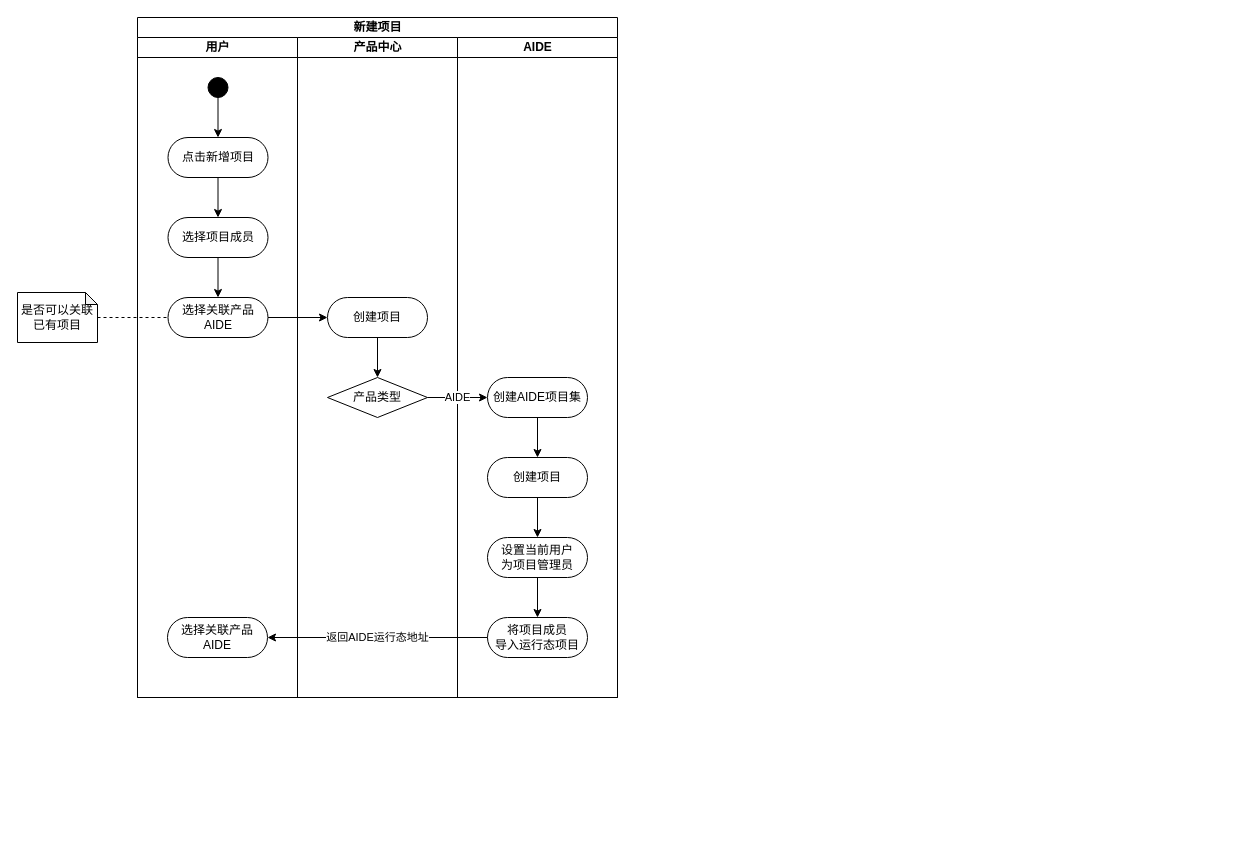
Above: page "新建项目活动图" (3 of 3) of others/产品中心.drawio in Qunz/drawio (draw.io), before the change. Source tidied: cells renumbered, new cells numbered last; positions are measured from the earlier drawing's top-left corner, leaving out a move shared by most shapes. Both pictures are drawn from the tidied source at 100%, with x=0, y=0 at pixel (17, 17).
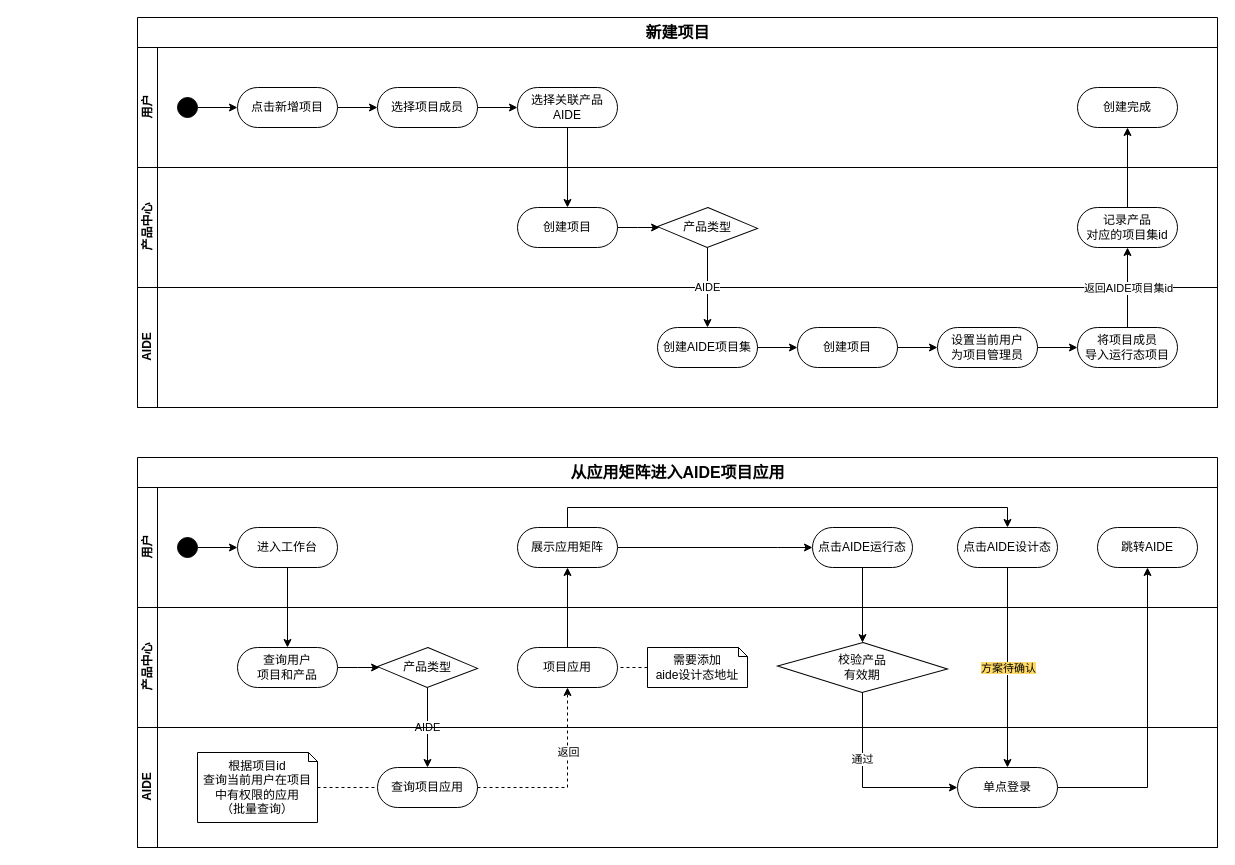
Above is the later version.

The edit, as a diff of the source:
```diff
@@
-    <mxCell id="2" value="新建项目" style="swimlane;startSize=20;html=1;" parent="1" vertex="1">
-      <mxGeometry x="120" width="480" height="680" as="geometry" />
+    <mxCell id="2" value="新建项目" style="swimlane;horizontal=1;startSize=30;html=1;fontSize=16;" parent="1" vertex="1">
+      <mxGeometry x="120" width="1080" height="390" as="geometry" />
     </mxCell>
-    <mxCell id="3" value="用户" style="swimlane;startSize=20;html=1;" parent="2" vertex="1">
-      <mxGeometry y="20" width="160" height="660" as="geometry" />
-    </mxCell>
-    <mxCell id="4" style="edgeStyle=orthogonalEdgeStyle;rounded=0;jettySize=auto;html=1;" parent="3" edge="1" source="5" target="7">
-      <mxGeometry relative="1" as="geometry" />
-    </mxCell>
-    <mxCell id="5" style="ellipse;fillColor=strokeColor;html=1;" parent="3" vertex="1">
-      <mxGeometry x="70.5" y="40" width="20" height="20" as="geometry" />
-    </mxCell>
+    <mxCell id="29" value="用户" style="swimlane;startSize=20;horizontal=0;html=1;" parent="2" vertex="1">
+      <mxGeometry y="30" width="1080" height="120" as="geometry" />
+    </mxCell>
+    <mxCell id="30" style="edgeStyle=orthogonalEdgeStyle;rounded=0;jettySize=auto;html=1;" parent="29" edge="1" source="31" target="7">
+      <mxGeometry relative="1" as="geometry" />
+    </mxCell>
+    <mxCell id="31" style="ellipse;fillColor=strokeColor;html=1;rotation=-90;" parent="29" vertex="1">
+      <mxGeometry x="40" y="50" width="20" height="20" as="geometry" />
+    </mxCell>
-    <mxCell id="6" style="edgeStyle=orthogonalEdgeStyle;rounded=0;jettySize=auto;html=1;" parent="3" edge="1" source="7" target="9">
+    <mxCell id="6" style="edgeStyle=orthogonalEdgeStyle;rounded=0;jettySize=auto;html=1;" parent="29" edge="1" source="7" target="9">
       <mxGeometry relative="1" as="geometry" />
     </mxCell>
-    <mxCell id="7" value="点击新增项目" style="rounded=1;whiteSpace=wrap;html=1;arcSize=50;" parent="3" vertex="1">
-      <mxGeometry x="30.5" y="100" width="100" height="40" as="geometry" />
+    <mxCell id="7" value="点击新增项目" style="rounded=1;whiteSpace=wrap;html=1;arcSize=50;rotation=0;" parent="29" vertex="1">
+      <mxGeometry x="100" y="40" width="100" height="40" as="geometry" />
     </mxCell>
-    <mxCell id="8" style="edgeStyle=orthogonalEdgeStyle;rounded=0;jettySize=auto;html=1;" parent="3" edge="1" source="9" target="10">
-      <mxGeometry relative="1" as="geometry" />
-    </mxCell>
+    <mxCell id="32" style="edgeStyle=orthogonalEdgeStyle;rounded=0;jettySize=auto;html=1;" parent="29" edge="1" source="9" target="33">
+      <mxGeometry relative="1" as="geometry" />
+    </mxCell>
-    <mxCell id="9" value="选择项目成员" style="rounded=1;whiteSpace=wrap;html=1;arcSize=50;" parent="3" vertex="1">
-      <mxGeometry x="30.5" y="180" width="100" height="40" as="geometry" />
+    <mxCell id="9" value="选择项目成员" style="rounded=1;whiteSpace=wrap;html=1;arcSize=50;rotation=0;" parent="29" vertex="1">
+      <mxGeometry x="240" y="40" width="100" height="40" as="geometry" />
     </mxCell>
-    <mxCell id="10" value="选择关联产品&lt;div&gt;AIDE&lt;/div&gt;" style="rounded=1;whiteSpace=wrap;html=1;arcSize=50;" parent="3" vertex="1">
-      <mxGeometry x="30.5" y="260" width="100" height="40" as="geometry" />
-    </mxCell>
-    <mxCell id="11" value="产品中心" style="swimlane;startSize=20;html=1;" parent="2" vertex="1">
-      <mxGeometry x="160" y="20" width="160" height="660" as="geometry" />
-    </mxCell>
-    <mxCell id="12" style="edgeStyle=orthogonalEdgeStyle;rounded=0;jettySize=auto;html=1;" parent="11" edge="1" source="13" target="14">
-      <mxGeometry relative="1" as="geometry" />
-    </mxCell>
-    <mxCell id="13" value="创建项目" style="rounded=1;whiteSpace=wrap;html=1;arcSize=50;" parent="11" vertex="1">
-      <mxGeometry x="30" y="260" width="100" height="40" as="geometry" />
-    </mxCell>
-    <mxCell id="14" value="产品类型" style="rhombus;whiteSpace=wrap;html=1;" parent="11" vertex="1">
-      <mxGeometry x="30" y="340" width="100" height="40" as="geometry" />
-    </mxCell>
-    <mxCell id="15" value="AIDE" style="swimlane;startSize=20;html=1;" parent="2" vertex="1">
-      <mxGeometry x="320" y="20" width="160" height="660" as="geometry" />
-    </mxCell>
-    <mxCell id="16" style="edgeStyle=orthogonalEdgeStyle;rounded=0;jettySize=auto;html=1;" parent="15" edge="1" source="17" target="24">
-      <mxGeometry relative="1" as="geometry" />
-    </mxCell>
+    <mxCell id="33" value="选择关联产品&lt;div&gt;AIDE&lt;/div&gt;" style="rounded=1;whiteSpace=wrap;html=1;arcSize=50;rotation=0;" parent="29" vertex="1">
+      <mxGeometry x="380" y="40" width="100" height="40" as="geometry" />
+    </mxCell>
+    <mxCell id="34" value="创建完成" style="rounded=1;whiteSpace=wrap;html=1;arcSize=50;rotation=0;" parent="29" vertex="1">
+      <mxGeometry x="940" y="40" width="100" height="40" as="geometry" />
+    </mxCell>
+    <mxCell id="35" value="产品中心" style="swimlane;startSize=20;horizontal=0;html=1;" parent="2" vertex="1">
+      <mxGeometry y="150" width="1080" height="120" as="geometry" />
+    </mxCell>
+    <mxCell id="36" value="创建项目" style="rounded=1;whiteSpace=wrap;html=1;arcSize=50;rotation=0;" parent="35" vertex="1">
+      <mxGeometry x="380" y="40" width="100" height="40" as="geometry" />
+    </mxCell>
+    <mxCell id="37" value="产品类型" style="rhombus;whiteSpace=wrap;html=1;rotation=1;" parent="35" vertex="1">
+      <mxGeometry x="520" y="40" width="100" height="40" as="geometry" />
+    </mxCell>
+    <mxCell id="38" style="edgeStyle=orthogonalEdgeStyle;rounded=0;jettySize=auto;html=1;" parent="35" edge="1" source="36" target="37">
+      <mxGeometry relative="1" as="geometry" />
+    </mxCell>
+    <mxCell id="39" value="记录产品&lt;div&gt;对应的项目集id&lt;/div&gt;" style="rounded=1;whiteSpace=wrap;html=1;arcSize=50;rotation=0;" parent="35" vertex="1">
+      <mxGeometry x="940" y="40" width="100" height="40" as="geometry" />
+    </mxCell>
+    <mxCell id="40" value="AIDE" style="swimlane;startSize=20;horizontal=0;html=1;" parent="2" vertex="1">
+      <mxGeometry y="270" width="1080" height="120" as="geometry" />
+    </mxCell>
-    <mxCell id="17" value="创建AIDE项目集" style="rounded=1;whiteSpace=wrap;html=1;arcSize=50;" parent="15" vertex="1">
-      <mxGeometry x="30" y="340" width="100" height="40" as="geometry" />
+    <mxCell id="17" value="创建AIDE项目集" style="rounded=1;whiteSpace=wrap;html=1;arcSize=50;rotation=0;" parent="40" vertex="1">
+      <mxGeometry x="520" y="40" width="100" height="40" as="geometry" />
     </mxCell>
-    <mxCell id="18" value="选择关联产品&lt;div&gt;AIDE&lt;/div&gt;" style="rounded=1;whiteSpace=wrap;html=1;arcSize=50;" parent="15" vertex="1">
-      <mxGeometry x="-290" y="580" width="100" height="40" as="geometry" />
-    </mxCell>
+    <mxCell id="41" value="创建项目" style="rounded=1;whiteSpace=wrap;html=1;arcSize=50;rotation=0;" parent="40" vertex="1">
+      <mxGeometry x="660" y="40" width="100" height="40" as="geometry" />
+    </mxCell>
+    <mxCell id="42" style="edgeStyle=orthogonalEdgeStyle;rounded=0;jettySize=auto;html=1;" parent="40" edge="1" source="17" target="41">
+      <mxGeometry relative="1" as="geometry" />
+    </mxCell>
-    <mxCell id="19" value="设置当前用户&lt;div&gt;为项目管理员&lt;/div&gt;" style="rounded=1;whiteSpace=wrap;html=1;arcSize=50;" parent="15" vertex="1">
-      <mxGeometry x="30" y="500" width="100" height="40" as="geometry" />
+    <mxCell id="19" value="设置当前用户&lt;div&gt;为项目管理员&lt;/div&gt;" style="rounded=1;whiteSpace=wrap;html=1;arcSize=50;rotation=0;" parent="40" vertex="1">
+      <mxGeometry x="800" y="40" width="100" height="40" as="geometry" />
     </mxCell>
+    <mxCell id="43" style="edgeStyle=orthogonalEdgeStyle;rounded=0;jettySize=auto;html=1;" parent="40" edge="1" source="41" target="19">
+      <mxGeometry relative="1" as="geometry" />
+    </mxCell>
-    <mxCell id="20" value="将项目成员&lt;br&gt;导入运行态项目" style="rounded=1;whiteSpace=wrap;html=1;arcSize=50;" parent="15" vertex="1">
-      <mxGeometry x="30" y="580" width="100" height="40" as="geometry" />
+    <mxCell id="20" value="将项目成员&lt;br&gt;导入运行态项目" style="rounded=1;whiteSpace=wrap;html=1;arcSize=50;rotation=0;" parent="40" vertex="1">
+      <mxGeometry x="940" y="40" width="100" height="40" as="geometry" />
     </mxCell>
-    <mxCell id="21" style="edgeStyle=orthogonalEdgeStyle;rounded=0;jettySize=auto;html=1;" parent="15" edge="1" source="19" target="20">
+    <mxCell id="21" style="edgeStyle=orthogonalEdgeStyle;rounded=0;jettySize=auto;html=1;" parent="40" edge="1" source="19" target="20">
       <mxGeometry relative="1" as="geometry" />
     </mxCell>
-    <mxCell id="22" value="返回AIDE运行态地址" style="edgeStyle=orthogonalEdgeStyle;rounded=0;jettySize=auto;html=1;" parent="15" edge="1" source="20" target="18">
-      <mxGeometry relative="1" as="geometry" />
-    </mxCell>
-    <mxCell id="23" style="edgeStyle=orthogonalEdgeStyle;rounded=0;jettySize=auto;html=1;" parent="15" edge="1" source="24" target="19">
-      <mxGeometry relative="1" as="geometry" />
-    </mxCell>
-    <mxCell id="24" value="创建项目" style="rounded=1;whiteSpace=wrap;html=1;arcSize=50;" parent="15" vertex="1">
-      <mxGeometry x="30" y="420" width="100" height="40" as="geometry" />
-    </mxCell>
-    <mxCell id="25" style="edgeStyle=orthogonalEdgeStyle;rounded=0;jettySize=auto;html=1;" parent="2" edge="1" source="10" target="13">
-      <mxGeometry relative="1" as="geometry" />
-    </mxCell>
-    <mxCell id="26" value="AIDE" style="edgeStyle=orthogonalEdgeStyle;rounded=0;jettySize=auto;html=1;labelBackgroundColor=#FFFFFF;" parent="2" edge="1" source="14" target="17">
-      <mxGeometry relative="1" as="geometry" />
-    </mxCell>
-    <mxCell id="27" value="是否可以关联已有项目" style="shape=note;whiteSpace=wrap;html=1;backgroundOutline=1;darkOpacity=0.05;size=12;" parent="1" vertex="1">
-      <mxGeometry y="275" width="80" height="50" as="geometry" />
-    </mxCell>
-    <mxCell id="28" style="rounded=0;jettySize=auto;html=1;dashed=1;endArrow=none;endFill=0;" parent="1" edge="1" source="27" target="10">
-      <mxGeometry relative="1" as="geometry" />
-    </mxCell>
+    <mxCell id="44" style="edgeStyle=orthogonalEdgeStyle;rounded=0;jettySize=auto;html=1;" parent="2" edge="1" source="33" target="36">
+      <mxGeometry relative="1" as="geometry" />
+    </mxCell>
+    <mxCell id="45" value="AIDE" style="edgeStyle=orthogonalEdgeStyle;rounded=0;jettySize=auto;html=1;" parent="2" edge="1" source="37" target="17">
+      <mxGeometry relative="1" as="geometry" />
+    </mxCell>
+    <mxCell id="46" style="edgeStyle=orthogonalEdgeStyle;rounded=0;jettySize=auto;html=1;" parent="2" edge="1" source="39" target="34">
+      <mxGeometry relative="1" as="geometry" />
+    </mxCell>
+    <mxCell id="47" style="edgeStyle=orthogonalEdgeStyle;rounded=0;jettySize=auto;html=1;" parent="2" edge="1" source="20" target="39">
+      <mxGeometry relative="1" as="geometry" />
+    </mxCell>
+    <mxCell id="48" value="返回AIDE项目集id" style="edgeLabel;html=1;align=center;verticalAlign=middle;" parent="47" vertex="1">
+      <mxGeometry x="-0.14" y="-3" relative="1" as="geometry">
+        <mxPoint x="-3" y="-6" as="offset" />
+      </mxGeometry>
+    </mxCell>
+    <mxCell id="49" value="从应用矩阵进入AIDE项目应用" style="swimlane;horizontal=1;startSize=30;html=1;fontSize=16;" parent="1" vertex="1">
+      <mxGeometry x="120" y="440" width="1080" height="390" as="geometry" />
+    </mxCell>
+    <mxCell id="50" value="用户" style="swimlane;startSize=20;horizontal=0;html=1;" parent="49" vertex="1">
+      <mxGeometry y="30" width="1080" height="120" as="geometry" />
+    </mxCell>
+    <mxCell id="51" style="edgeStyle=orthogonalEdgeStyle;rounded=0;jettySize=auto;html=1;" parent="50" edge="1" source="52" target="53">
+      <mxGeometry relative="1" as="geometry" />
+    </mxCell>
+    <mxCell id="52" style="ellipse;fillColor=strokeColor;html=1;rotation=-90;" parent="50" vertex="1">
+      <mxGeometry x="40" y="50" width="20" height="20" as="geometry" />
+    </mxCell>
+    <mxCell id="53" value="进入工作台" style="rounded=1;whiteSpace=wrap;html=1;arcSize=50;rotation=0;" parent="50" vertex="1">
+      <mxGeometry x="100" y="40" width="100" height="40" as="geometry" />
+    </mxCell>
+    <mxCell id="54" style="edgeStyle=orthogonalEdgeStyle;rounded=0;jettySize=auto;html=1;" parent="50" edge="1" source="55" target="56">
+      <mxGeometry relative="1" as="geometry">
+        <Array as="points">
+          <mxPoint x="640" y="60" />
+          <mxPoint x="640" y="60" />
+        </Array>
+      </mxGeometry>
+    </mxCell>
+    <mxCell id="55" value="展示应用矩阵" style="rounded=1;whiteSpace=wrap;html=1;arcSize=50;rotation=0;" parent="50" vertex="1">
+      <mxGeometry x="380" y="40" width="100" height="40" as="geometry" />
+    </mxCell>
+    <mxCell id="56" value="点击AIDE运行态" style="rounded=1;whiteSpace=wrap;html=1;arcSize=50;rotation=0;" parent="50" vertex="1">
+      <mxGeometry x="675" y="40" width="100" height="40" as="geometry" />
+    </mxCell>
+    <mxCell id="57" value="跳转AIDE" style="rounded=1;whiteSpace=wrap;html=1;arcSize=50;rotation=0;" parent="50" vertex="1">
+      <mxGeometry x="960" y="40" width="100" height="40" as="geometry" />
+    </mxCell>
+    <mxCell id="58" value="点击AIDE设计态" style="rounded=1;whiteSpace=wrap;html=1;arcSize=50;rotation=0;" parent="50" vertex="1">
+      <mxGeometry x="820" y="40" width="100" height="40" as="geometry" />
+    </mxCell>
+    <mxCell id="59" style="edgeStyle=orthogonalEdgeStyle;rounded=0;jettySize=auto;html=1;" parent="50" edge="1" source="55" target="58">
+      <mxGeometry relative="1" as="geometry">
+        <Array as="points">
+          <mxPoint x="430" y="20" />
+          <mxPoint x="870" y="20" />
+        </Array>
+      </mxGeometry>
+    </mxCell>
+    <mxCell id="60" value="产品中心" style="swimlane;startSize=20;horizontal=0;html=1;" parent="49" vertex="1">
+      <mxGeometry y="150" width="1080" height="120" as="geometry" />
+    </mxCell>
+    <mxCell id="61" value="产品类型" style="rhombus;whiteSpace=wrap;html=1;rotation=1;" parent="60" vertex="1">
+      <mxGeometry x="240" y="40" width="100" height="40" as="geometry" />
+    </mxCell>
+    <mxCell id="62" style="edgeStyle=orthogonalEdgeStyle;rounded=0;jettySize=auto;html=1;" parent="60" edge="1" source="63" target="61">
+      <mxGeometry relative="1" as="geometry" />
+    </mxCell>
+    <mxCell id="63" value="查询用户&lt;div&gt;项目和产品&lt;/div&gt;" style="rounded=1;whiteSpace=wrap;html=1;arcSize=50;rotation=0;" parent="60" vertex="1">
+      <mxGeometry x="100" y="40" width="100" height="40" as="geometry" />
+    </mxCell>
+    <mxCell id="64" value="项目应用" style="rounded=1;whiteSpace=wrap;html=1;arcSize=50;rotation=0;" parent="60" vertex="1">
+      <mxGeometry x="380" y="40" width="100" height="40" as="geometry" />
+    </mxCell>
+    <mxCell id="65" style="rounded=0;jettySize=auto;html=1;endArrow=none;endFill=0;dashed=1;" parent="60" edge="1" source="66" target="64">
+      <mxGeometry relative="1" as="geometry" />
+    </mxCell>
+    <mxCell id="66" value="需要添加&lt;div&gt;aide设计态地址&lt;/div&gt;" style="shape=note2;boundedLbl=1;whiteSpace=wrap;html=1;size=9;verticalAlign=middle;align=center;labelPosition=center;verticalLabelPosition=middle;" parent="60" vertex="1">
+      <mxGeometry x="510" y="40" width="100" height="40" as="geometry" />
+    </mxCell>
+    <mxCell id="67" value="校验产品&lt;div&gt;有效期&lt;/div&gt;" style="rhombus;whiteSpace=wrap;html=1;rotation=1;labelPosition=center;verticalLabelPosition=middle;align=center;verticalAlign=middle;" parent="60" vertex="1">
+      <mxGeometry x="640" y="35" width="170" height="50" as="geometry" />
+    </mxCell>
+    <mxCell id="68" style="edgeStyle=orthogonalEdgeStyle;rounded=0;jettySize=auto;html=1;" parent="49" edge="1" source="53" target="63">
+      <mxGeometry relative="1" as="geometry" />
+    </mxCell>
+    <mxCell id="69" value="&amp;nbsp;AIDE&amp;nbsp;" style="edgeStyle=orthogonalEdgeStyle;rounded=0;jettySize=auto;html=1;" parent="49" edge="1" source="61" target="77">
+      <mxGeometry relative="1" as="geometry" />
+    </mxCell>
+    <mxCell id="70" style="edgeStyle=orthogonalEdgeStyle;rounded=0;jettySize=auto;html=1;" parent="49" edge="1" source="64" target="55">
+      <mxGeometry relative="1" as="geometry" />
+    </mxCell>
+    <mxCell id="71" style="edgeStyle=orthogonalEdgeStyle;rounded=0;jettySize=auto;html=1;" parent="49" edge="1" source="56" target="67">
+      <mxGeometry relative="1" as="geometry" />
+    </mxCell>
+    <mxCell id="72" value="通过" style="edgeStyle=orthogonalEdgeStyle;rounded=0;jettySize=auto;html=1;" parent="49" edge="1" source="67" target="78">
+      <mxGeometry x="-0.29" relative="1" as="geometry">
+        <Array as="points">
+          <mxPoint x="725" y="330" />
+        </Array>
+      </mxGeometry>
+    </mxCell>
+    <mxCell id="73" style="edgeStyle=orthogonalEdgeStyle;rounded=0;jettySize=auto;html=1;" parent="49" edge="1" source="78" target="57">
+      <mxGeometry relative="1" as="geometry" />
+    </mxCell>
+    <mxCell id="74" style="edgeStyle=orthogonalEdgeStyle;rounded=0;jettySize=auto;html=1;" parent="49" edge="1" source="58" target="78">
+      <mxGeometry relative="1" as="geometry" />
+    </mxCell>
+    <mxCell id="75" value="&lt;span style=&quot;background-color: rgb(255, 217, 102);&quot;&gt;方案待确认&lt;/span&gt;" style="edgeLabel;html=1;align=center;verticalAlign=middle;" parent="74" vertex="1">
+      <mxGeometry x="0.12" y="-1" relative="1" as="geometry">
+        <mxPoint x="1" y="-12" as="offset" />
+      </mxGeometry>
+    </mxCell>
+    <mxCell id="76" value="AIDE" style="swimlane;startSize=20;horizontal=0;html=1;" parent="49" vertex="1">
+      <mxGeometry y="270" width="1080" height="120" as="geometry" />
+    </mxCell>
+    <mxCell id="77" value="&lt;span style=&quot;text-wrap-mode: nowrap; background-color: rgb(255, 255, 255);&quot;&gt;查询项目应用&lt;/span&gt;" style="rounded=1;whiteSpace=wrap;html=1;arcSize=50;rotation=0;fontSize=12;" parent="76" vertex="1">
+      <mxGeometry x="240" y="40" width="100" height="40" as="geometry" />
+    </mxCell>
+    <mxCell id="78" value="单点登录" style="rounded=1;whiteSpace=wrap;html=1;arcSize=50;rotation=0;" parent="76" vertex="1">
+      <mxGeometry x="820" y="40" width="100" height="40" as="geometry" />
+    </mxCell>
+    <mxCell id="79" style="edgeStyle=orthogonalEdgeStyle;rounded=0;jettySize=auto;html=1;endArrow=none;endFill=0;dashed=1;" parent="76" edge="1" source="80" target="77">
+      <mxGeometry relative="1" as="geometry" />
+    </mxCell>
+    <mxCell id="80" value="根据项目id&lt;div&gt;查询当前用户在项目中有权限的应用&lt;br&gt;（批量查询）&lt;/div&gt;" style="shape=note2;boundedLbl=1;whiteSpace=wrap;html=1;size=9;verticalAlign=middle;align=center;labelPosition=center;verticalLabelPosition=middle;" parent="76" vertex="1">
+      <mxGeometry x="60" y="25" width="120" height="70" as="geometry" />
+    </mxCell>
+    <mxCell id="81" style="edgeStyle=orthogonalEdgeStyle;rounded=0;jettySize=auto;html=1;dashed=1;" parent="49" edge="1" source="77" target="64">
+      <mxGeometry relative="1" as="geometry" />
+    </mxCell>
+    <mxCell id="82" value="返回" style="edgeLabel;html=1;align=center;verticalAlign=middle;" parent="81" vertex="1">
+      <mxGeometry x="0.21" relative="1" as="geometry">
+        <mxPoint y="-11" as="offset" />
+      </mxGeometry>
+    </mxCell>
```
